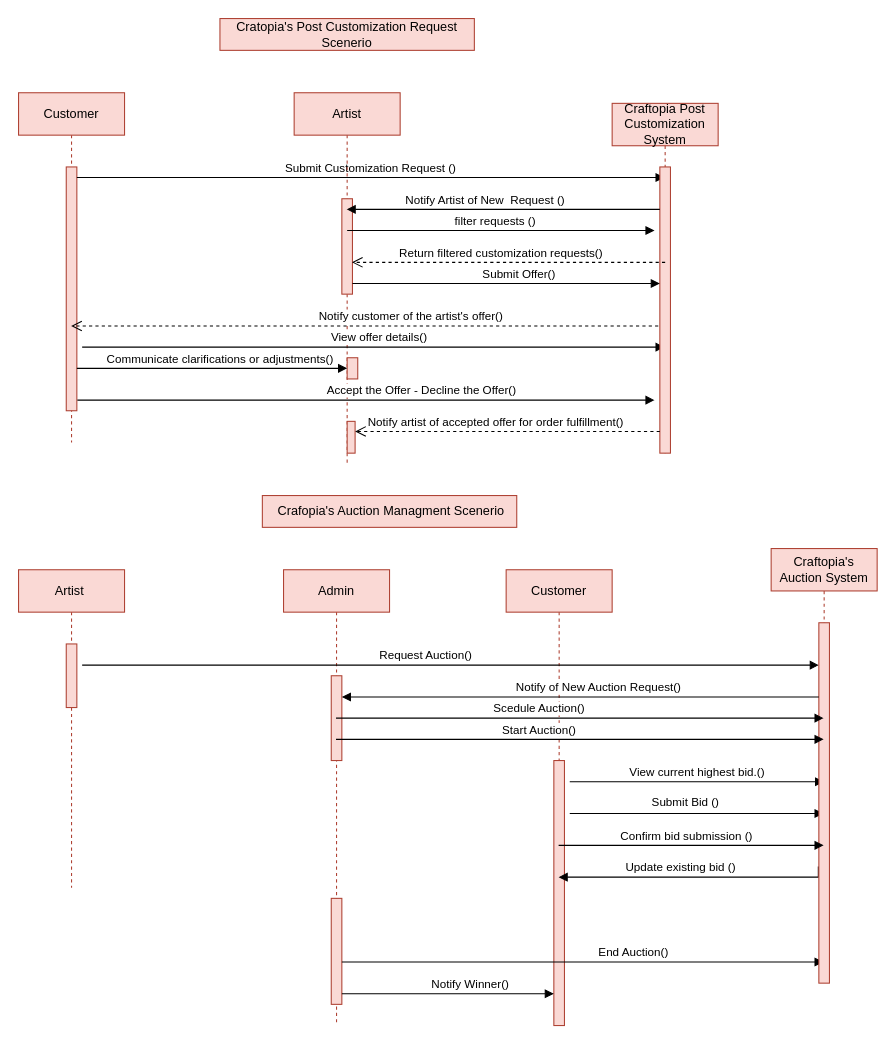
alibedair/Graduation-Project keeps this draw.io diagram as Sequence Diagram/Sequence  Diagram 1.drawio. Above is the earlier version. Source tidied: cells renumbered, new cells numbered last; positions are measured from the earlier drawing's top-left corner, leaving out a move shared by most shapes. Both pictures are drawn from the tidied source at 106%, with x=0, y=0 at pixel (18, 18).
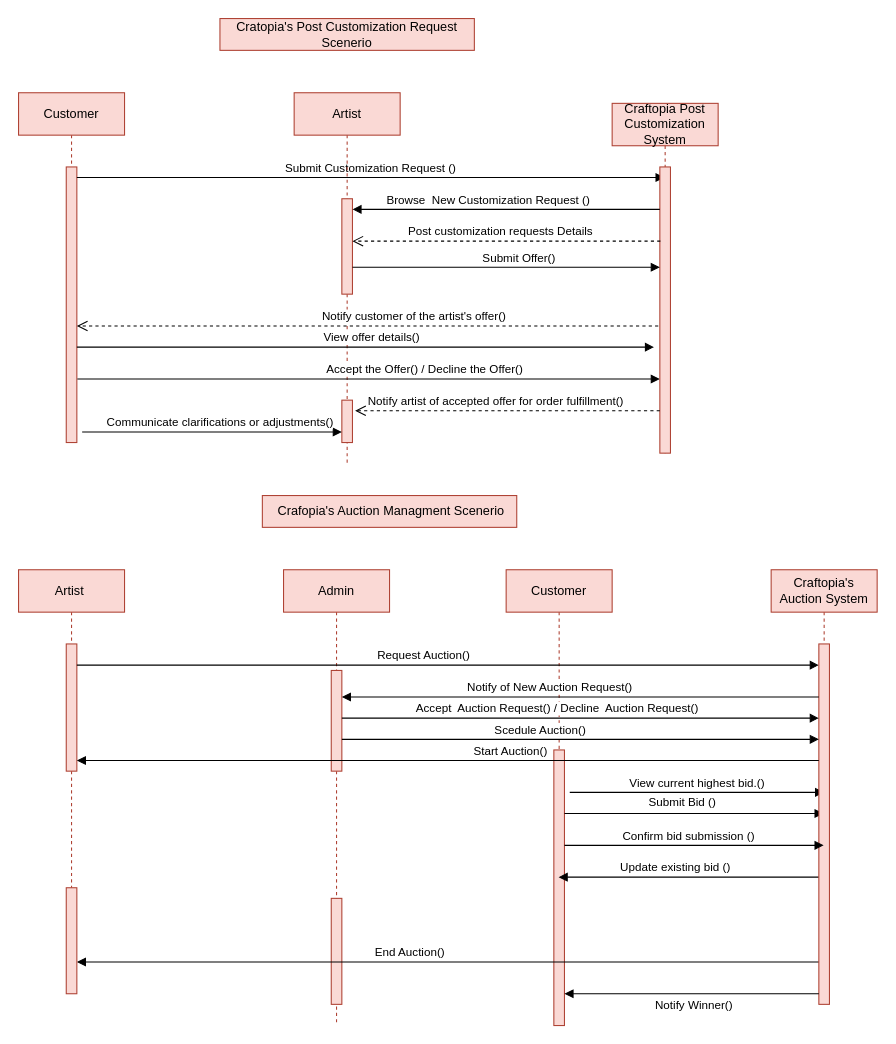
After the change.

Unchanged cells that the change refers to:
```xml
<mxCell id="2" value="Customer" style="shape=umlLifeline;perimeter=lifelinePerimeter;whiteSpace=wrap;html=1;newEdgeStyle={&quot;edgeStyle&quot;:&quot;elbowEdgeStyle&quot;,&quot;elbow&quot;:&quot;vertical&quot;,&quot;curved&quot;:0,&quot;rounded&quot;:0};fillColor=#fad9d5;strokeColor=#ae4132;" parent="1" vertex="1">
  <mxGeometry y="70" width="100" height="330" as="geometry" />
</mxCell>
<mxCell id="6" value="Artist" style="shape=umlLifeline;perimeter=lifelinePerimeter;whiteSpace=wrap;html=1;outlineConnect=0;portConstraint=eastwest;newEdgeStyle={&quot;edgeStyle&quot;:&quot;elbowEdgeStyle&quot;,&quot;elbow&quot;:&quot;vertical&quot;,&quot;curved&quot;:0,&quot;rounded&quot;:0};fillColor=#fad9d5;strokeColor=#ae4132;" parent="1" vertex="1">
  <mxGeometry x="260" y="70" width="100" height="350" as="geometry" />
</mxCell>
<mxCell id="7" style="html=1;points=[];perimeter=orthogonalPerimeter;outlineConnect=0;targetShapes=umlLifeline;portConstraint=eastwest;newEdgeStyle={&quot;edgeStyle&quot;:&quot;elbowEdgeStyle&quot;,&quot;elbow&quot;:&quot;vertical&quot;,&quot;curved&quot;:0,&quot;rounded&quot;:0};fillColor=#fad9d5;strokeColor=#ae4132;" parent="6" vertex="1">
  <mxGeometry x="45" y="100" width="10" height="90" as="geometry" />
</mxCell>
<mxCell id="13" value="Artist&amp;nbsp;" style="shape=umlLifeline;perimeter=lifelinePerimeter;whiteSpace=wrap;html=1;newEdgeStyle={&quot;edgeStyle&quot;:&quot;elbowEdgeStyle&quot;,&quot;elbow&quot;:&quot;vertical&quot;,&quot;curved&quot;:0,&quot;rounded&quot;:0};fillColor=#fad9d5;strokeColor=#ae4132;" parent="1" vertex="1">
  <mxGeometry y="520" width="100" height="300" as="geometry" />
</mxCell>
<mxCell id="16" value="Admin" style="shape=umlLifeline;perimeter=lifelinePerimeter;whiteSpace=wrap;html=1;outlineConnect=0;portConstraint=eastwest;newEdgeStyle={&quot;edgeStyle&quot;:&quot;elbowEdgeStyle&quot;,&quot;elbow&quot;:&quot;vertical&quot;,&quot;curved&quot;:0,&quot;rounded&quot;:0};fillColor=#fad9d5;strokeColor=#ae4132;" parent="1" vertex="1">
  <mxGeometry x="250" y="520" width="100" height="430" as="geometry" />
</mxCell>
<mxCell id="18" value="Customer" style="shape=umlLifeline;perimeter=lifelinePerimeter;whiteSpace=wrap;html=1;outlineConnect=0;portConstraint=eastwest;newEdgeStyle={&quot;edgeStyle&quot;:&quot;elbowEdgeStyle&quot;,&quot;elbow&quot;:&quot;vertical&quot;,&quot;curved&quot;:0,&quot;rounded&quot;:0};fillColor=#fad9d5;strokeColor=#ae4132;" parent="1" vertex="1">
  <mxGeometry x="460" y="520" width="100" height="430" as="geometry" />
</mxCell>
<mxCell id="24" style="html=1;points=[];perimeter=orthogonalPerimeter;outlineConnect=0;targetShapes=umlLifeline;portConstraint=eastwest;newEdgeStyle={&quot;edgeStyle&quot;:&quot;elbowEdgeStyle&quot;,&quot;elbow&quot;:&quot;vertical&quot;,&quot;curved&quot;:0,&quot;rounded&quot;:0};fillColor=#fad9d5;strokeColor=#ae4132;" parent="1" vertex="1">
  <mxGeometry x="295" y="830" width="10" height="100" as="geometry" />
</mxCell>
<mxCell id="26" value="Craftopia Post Customization System" style="shape=umlLifeline;perimeter=lifelinePerimeter;whiteSpace=wrap;html=1;outlineConnect=0;portConstraint=eastwest;newEdgeStyle={&quot;edgeStyle&quot;:&quot;elbowEdgeStyle&quot;,&quot;elbow&quot;:&quot;vertical&quot;,&quot;curved&quot;:0,&quot;rounded&quot;:0};fillColor=#fad9d5;strokeColor=#ae4132;" parent="1" vertex="1">
  <mxGeometry x="560" y="80" width="100" height="330" as="geometry" />
</mxCell>
<mxCell id="27" style="html=1;points=[];perimeter=orthogonalPerimeter;outlineConnect=0;targetShapes=umlLifeline;portConstraint=eastwest;newEdgeStyle={&quot;edgeStyle&quot;:&quot;elbowEdgeStyle&quot;,&quot;elbow&quot;:&quot;vertical&quot;,&quot;curved&quot;:0,&quot;rounded&quot;:0};fillColor=#fad9d5;strokeColor=#ae4132;" parent="26" vertex="1">
  <mxGeometry x="45" y="60" width="10" height="270" as="geometry" />
</mxCell>
<mxCell id="35" style="html=1;points=[];perimeter=orthogonalPerimeter;outlineConnect=0;targetShapes=umlLifeline;portConstraint=eastwest;newEdgeStyle={&quot;edgeStyle&quot;:&quot;elbowEdgeStyle&quot;,&quot;elbow&quot;:&quot;vertical&quot;,&quot;curved&quot;:0,&quot;rounded&quot;:0};fillColor=#fad9d5;strokeColor=#ae4132;" parent="34" vertex="1">
  <mxGeometry x="45" y="70" width="10" height="340" as="geometry" />
</mxCell>
```

Change to the diagram source:
```diff
@@
     <mxCell id="3" style="html=1;points=[];perimeter=orthogonalPerimeter;outlineConnect=0;targetShapes=umlLifeline;portConstraint=eastwest;newEdgeStyle={&quot;edgeStyle&quot;:&quot;elbowEdgeStyle&quot;,&quot;elbow&quot;:&quot;vertical&quot;,&quot;curved&quot;:0,&quot;rounded&quot;:0};fillColor=#fad9d5;strokeColor=#ae4132;" parent="2" vertex="1">
-      <mxGeometry x="45" y="70" width="10" height="230" as="geometry" />
+      <mxGeometry x="45" y="70" width="10" height="260" as="geometry" />
     </mxCell>
@@
-    <mxCell id="8" style="html=1;perimeter=orthogonalPerimeter;targetShapes=umlLifeline;newEdgeStyle={&quot;edgeStyle&quot;:&quot;elbowEdgeStyle&quot;,&quot;elbow&quot;:&quot;vertical&quot;,&quot;curved&quot;:0,&quot;rounded&quot;:0};fillColor=#fad9d5;strokeColor=#ae4132;" parent="6" vertex="1">
-      <mxGeometry x="50" y="250" width="10" height="20" as="geometry" />
-    </mxCell>
+    <mxCell id="32" style="html=1;perimeter=orthogonalPerimeter;targetShapes=umlLifeline;newEdgeStyle={&quot;edgeStyle&quot;:&quot;elbowEdgeStyle&quot;,&quot;elbow&quot;:&quot;vertical&quot;,&quot;curved&quot;:0,&quot;rounded&quot;:0};fillColor=#fad9d5;strokeColor=#ae4132;" parent="6" vertex="1">
+      <mxGeometry x="45" y="290" width="10" height="40" as="geometry" />
+    </mxCell>
-    <mxCell id="9" value="Notify customer of the artist's offer()" style="html=1;verticalAlign=bottom;endArrow=open;dashed=1;endSize=8;edgeStyle=elbowEdgeStyle;elbow=horizontal;curved=0;rounded=0;" parent="1" edge="1" source="26">
+    <mxCell id="9" value="Notify customer of the artist's offer()" style="html=1;verticalAlign=bottom;endArrow=open;dashed=1;endSize=8;edgeStyle=elbowEdgeStyle;elbow=horizontal;curved=0;rounded=0;" parent="1" edge="1" source="26" target="3">
       <mxGeometry x="-0.14" relative="1" as="geometry">
-        <mxPoint x="49.6" y="290" as="targetPoint" />
         <Array as="points">
           <mxPoint x="160" y="290" />
         </Array>
         <mxPoint x="1" as="offset" />
       </mxGeometry>
     </mxCell>
-    <mxCell id="10" value="View offer details()" style="html=1;verticalAlign=bottom;endArrow=block;edgeStyle=elbowEdgeStyle;elbow=vertical;curved=0;rounded=0;" parent="1" edge="1" target="26">
+    <mxCell id="10" value="View offer details()" style="html=1;verticalAlign=bottom;endArrow=block;edgeStyle=elbowEdgeStyle;elbow=vertical;curved=0;rounded=0;" parent="1" edge="1" source="3">
       <mxGeometry x="0.02" relative="1" as="geometry">
-        <mxPoint x="60" y="310" as="sourcePoint" />
+        <mxPoint x="599.5" y="310" as="targetPoint" />
         <Array as="points">
-          <mxPoint x="150" y="310" />
+          <mxPoint x="140" y="310" />
         </Array>
       </mxGeometry>
     </mxCell>
     <mxCell id="11" value="Communicate clarifications or adjustments()" style="html=1;verticalAlign=bottom;endArrow=block;edgeStyle=elbowEdgeStyle;elbow=vertical;curved=0;rounded=0;" parent="1" edge="1">
       <mxGeometry x="0.06" relative="1" as="geometry">
-        <mxPoint x="55" y="330" as="sourcePoint" />
-        <mxPoint x="310" y="330" as="targetPoint" />
+        <mxPoint x="60" y="390" as="sourcePoint" />
+        <mxPoint x="305" y="390" as="targetPoint" />
         <Array as="points">
-          <mxPoint x="155" y="330" />
+          <mxPoint x="150" y="390" />
         </Array>
       </mxGeometry>
     </mxCell>
-    <mxCell id="12" value="Accept the Offer - Decline the Offer()" style="html=1;verticalAlign=bottom;endArrow=block;edgeStyle=elbowEdgeStyle;elbow=vertical;curved=0;rounded=0;" parent="1" edge="1">
+    <mxCell id="12" value="Accept the Offer() / Decline the Offer()" style="html=1;verticalAlign=bottom;endArrow=block;edgeStyle=elbowEdgeStyle;elbow=vertical;curved=0;rounded=0;" parent="1" edge="1">
       <mxGeometry x="0.19" relative="1" as="geometry">
-        <mxPoint x="55.5" y="360" as="sourcePoint" />
-        <mxPoint x="600" y="360" as="targetPoint" />
+        <mxPoint x="55.5" y="340" as="sourcePoint" />
+        <mxPoint x="605" y="340" as="targetPoint" />
         <Array as="points">
-          <mxPoint x="155.5" y="360" />
+          <mxPoint x="155.5" y="340" />
         </Array>
       </mxGeometry>
     </mxCell>
@@
     <mxCell id="14" style="html=1;points=[];perimeter=orthogonalPerimeter;outlineConnect=0;targetShapes=umlLifeline;portConstraint=eastwest;newEdgeStyle={&quot;edgeStyle&quot;:&quot;elbowEdgeStyle&quot;,&quot;elbow&quot;:&quot;vertical&quot;,&quot;curved&quot;:0,&quot;rounded&quot;:0};fillColor=#fad9d5;strokeColor=#ae4132;" parent="13" vertex="1">
-      <mxGeometry x="45" y="70" width="10" height="60" as="geometry" />
+      <mxGeometry x="45" y="70" width="10" height="120" as="geometry" />
     </mxCell>
@@
     <mxCell id="17" style="html=1;points=[];perimeter=orthogonalPerimeter;outlineConnect=0;targetShapes=umlLifeline;portConstraint=eastwest;newEdgeStyle={&quot;edgeStyle&quot;:&quot;elbowEdgeStyle&quot;,&quot;elbow&quot;:&quot;vertical&quot;,&quot;curved&quot;:0,&quot;rounded&quot;:0};fillColor=#fad9d5;strokeColor=#ae4132;" parent="16" vertex="1">
-      <mxGeometry x="45" y="100" width="10" height="80" as="geometry" />
+      <mxGeometry x="45" y="95" width="10" height="95" as="geometry" />
     </mxCell>
@@
     <mxCell id="19" style="html=1;points=[];perimeter=orthogonalPerimeter;outlineConnect=0;targetShapes=umlLifeline;portConstraint=eastwest;newEdgeStyle={&quot;edgeStyle&quot;:&quot;elbowEdgeStyle&quot;,&quot;elbow&quot;:&quot;vertical&quot;,&quot;curved&quot;:0,&quot;rounded&quot;:0};fillColor=#fad9d5;strokeColor=#ae4132;" parent="18" vertex="1">
-      <mxGeometry x="45" y="180" width="10" height="250" as="geometry" />
+      <mxGeometry x="45" y="170" width="10" height="260" as="geometry" />
     </mxCell>
-    <mxCell id="20" value="Request Auction()" style="html=1;verticalAlign=bottom;endArrow=block;edgeStyle=elbowEdgeStyle;elbow=vertical;curved=0;rounded=0;" parent="1" edge="1" target="35">
+    <mxCell id="20" value="Request Auction()" style="html=1;verticalAlign=bottom;endArrow=block;edgeStyle=elbowEdgeStyle;elbow=vertical;curved=0;rounded=0;" parent="1" edge="1" source="14" target="35">
       <mxGeometry x="-0.07" relative="1" as="geometry">
-        <mxPoint x="60" y="610" as="sourcePoint" />
         <Array as="points">
           <mxPoint x="160" y="610" />
           <mxPoint x="250" y="620" />
         </Array>
         <mxPoint x="1" as="offset" />
       </mxGeometry>
     </mxCell>
     <mxCell id="21" value="View current highest bid.()" style="html=1;verticalAlign=bottom;endArrow=block;edgeStyle=elbowEdgeStyle;elbow=vertical;curved=0;rounded=0;" parent="1" edge="1">
       <mxGeometry relative="1" as="geometry">
-        <mxPoint x="520" y="720" as="sourcePoint" />
-        <mxPoint x="760" y="720" as="targetPoint" />
+        <mxPoint x="520" y="730" as="sourcePoint" />
+        <mxPoint x="760" y="730" as="targetPoint" />
         <Array as="points">
-          <mxPoint x="660.5" y="720" />
-          <mxPoint x="656" y="730" />
+          <mxPoint x="660.5" y="730" />
+          <mxPoint x="656" y="740" />
         </Array>
       </mxGeometry>
     </mxCell>
-    <mxCell id="22" value="Submit Bid ()" style="html=1;verticalAlign=bottom;endArrow=block;edgeStyle=elbowEdgeStyle;elbow=vertical;curved=0;rounded=0;" parent="1" edge="1">
+    <mxCell id="22" value="Submit Bid ()" style="html=1;verticalAlign=bottom;endArrow=block;edgeStyle=elbowEdgeStyle;elbow=vertical;curved=0;rounded=0;" parent="1" edge="1" source="19">
       <mxGeometry x="-0.1" y="3" relative="1" as="geometry">
-        <mxPoint x="520" y="750" as="sourcePoint" />
         <mxPoint x="759.5" y="750" as="targetPoint" />
-        <Array as="points">
-          <mxPoint x="615" y="750" />
-        </Array>
         <mxPoint x="1" y="1" as="offset" />
       </mxGeometry>
     </mxCell>
-    <mxCell id="23" value="Update existing bid ()&amp;nbsp;" style="html=1;verticalAlign=bottom;endArrow=block;edgeStyle=elbowEdgeStyle;elbow=vertical;curved=0;rounded=0;" parent="1" edge="1" target="18">
+    <mxCell id="23" value="Update existing bid ()&amp;nbsp;" style="html=1;verticalAlign=bottom;endArrow=block;edgeStyle=elbowEdgeStyle;elbow=vertical;curved=0;rounded=0;" parent="1" edge="1" source="35" target="18">
       <mxGeometry x="0.1" relative="1" as="geometry">
-        <mxPoint x="754.5" y="800" as="sourcePoint" />
         <Array as="points">
           <mxPoint x="680" y="810" />
           <mxPoint x="690" y="800" />
         </Array>
         <mxPoint x="1" as="offset" />
       </mxGeometry>
     </mxCell>
@@
-    <mxCell id="25" value="End Auction()" style="html=1;verticalAlign=bottom;endArrow=block;edgeStyle=elbowEdgeStyle;elbow=vertical;curved=0;rounded=0;" parent="1" edge="1" source="24" target="34">
-      <mxGeometry x="0.21" relative="1" as="geometry">
+    <mxCell id="25" value="End Auction()" style="html=1;verticalAlign=bottom;endArrow=block;edgeStyle=elbowEdgeStyle;elbow=vertical;curved=0;rounded=0;" parent="1" edge="1" source="34" target="42">
+      <mxGeometry x="0.11" relative="1" as="geometry">
         <Array as="points">
           <mxPoint x="450" y="890" />
         </Array>
       </mxGeometry>
     </mxCell>
@@
-    <mxCell id="28" value="Notify Artist of New&amp;nbsp; Request ()" style="html=1;verticalAlign=bottom;endArrow=block;edgeStyle=elbowEdgeStyle;elbow=vertical;curved=0;rounded=0;" parent="1" edge="1" source="27" target="6">
+    <mxCell id="28" value="Browse&amp;nbsp; New Customization Request ()" style="html=1;verticalAlign=bottom;endArrow=block;edgeStyle=elbowEdgeStyle;elbow=vertical;curved=0;rounded=0;" parent="1" edge="1" source="27" target="7">
       <mxGeometry x="0.12" relative="1" as="geometry">
         <Array as="points">
           <mxPoint x="590" y="180" />
         </Array>
       </mxGeometry>
     </mxCell>
-    <mxCell id="29" value="&amp;nbsp;filter requests ()" style="html=1;verticalAlign=bottom;endArrow=block;edgeStyle=elbowEdgeStyle;elbow=vertical;curved=0;rounded=0;" parent="1" edge="1">
-      <mxGeometry x="-0.05" relative="1" as="geometry">
-        <mxPoint x="310" y="200" as="sourcePoint" />
-        <mxPoint x="600" y="200" as="targetPoint" />
-        <Array as="points">
-          <mxPoint x="595" y="200" />
-        </Array>
-      </mxGeometry>
-    </mxCell>
-    <mxCell id="30" value="Return filtered customization requests()" style="html=1;verticalAlign=bottom;endArrow=open;dashed=1;endSize=8;edgeStyle=elbowEdgeStyle;elbow=horizontal;curved=0;rounded=0;" parent="1" edge="1">
+    <mxCell id="30" value="&amp;nbsp;Post customization requests Details" style="html=1;verticalAlign=bottom;endArrow=open;dashed=1;endSize=8;edgeStyle=elbowEdgeStyle;elbow=horizontal;curved=0;rounded=0;" parent="1" edge="1" target="7">
       <mxGeometry x="0.05" relative="1" as="geometry">
-        <mxPoint x="610" y="230" as="sourcePoint" />
-        <mxPoint x="314.5" y="230" as="targetPoint" />
+        <mxPoint x="605.5" y="210" as="sourcePoint" />
         <Array as="points">
-          <mxPoint x="605" y="230" />
+          <mxPoint x="600.5" y="210" />
         </Array>
       </mxGeometry>
     </mxCell>
     <mxCell id="31" value="Submit Offer()" style="html=1;verticalAlign=bottom;endArrow=block;edgeStyle=elbowEdgeStyle;elbow=vertical;curved=0;rounded=0;" parent="1" edge="1">
       <mxGeometry x="0.08" relative="1" as="geometry">
-        <mxPoint x="315" y="250" as="sourcePoint" />
-        <mxPoint x="605" y="250" as="targetPoint" />
+        <mxPoint x="315" y="234.6" as="sourcePoint" />
+        <mxPoint x="605" y="234.6" as="targetPoint" />
         <Array as="points">
-          <mxPoint x="454.8" y="250" />
+          <mxPoint x="449.8" y="234.6" />
         </Array>
       </mxGeometry>
     </mxCell>
-    <mxCell id="32" style="html=1;perimeter=orthogonalPerimeter;targetShapes=umlLifeline;newEdgeStyle={&quot;edgeStyle&quot;:&quot;elbowEdgeStyle&quot;,&quot;elbow&quot;:&quot;vertical&quot;,&quot;curved&quot;:0,&quot;rounded&quot;:0};fillColor=#fad9d5;strokeColor=#ae4132;" parent="1" vertex="1">
-      <mxGeometry x="310" y="380" width="7.5" height="30" as="geometry" />
-    </mxCell>
     <mxCell id="33" value="Notify artist of accepted offer for order fulfillment()" style="html=1;verticalAlign=bottom;endArrow=open;dashed=1;endSize=8;edgeStyle=elbowEdgeStyle;elbow=horizontal;curved=0;rounded=0;" parent="1" edge="1">
       <mxGeometry x="0.08" relative="1" as="geometry">
-        <mxPoint x="605" y="389.5" as="sourcePoint" />
-        <mxPoint x="317.5" y="389.5" as="targetPoint" />
+        <mxPoint x="605" y="370" as="sourcePoint" />
+        <mxPoint x="317.5" y="370" as="targetPoint" />
         <Array as="points">
-          <mxPoint x="600" y="389.5" />
+          <mxPoint x="600" y="370" />
         </Array>
       </mxGeometry>
     </mxCell>
     <mxCell id="34" value="Craftopia's Auction System" style="shape=umlLifeline;perimeter=lifelinePerimeter;whiteSpace=wrap;html=1;outlineConnect=0;portConstraint=eastwest;newEdgeStyle={&quot;edgeStyle&quot;:&quot;elbowEdgeStyle&quot;,&quot;elbow&quot;:&quot;vertical&quot;,&quot;curved&quot;:0,&quot;rounded&quot;:0};fillColor=#fad9d5;strokeColor=#ae4132;" parent="1" vertex="1">
-      <mxGeometry x="710" y="500" width="100" height="410" as="geometry" />
+      <mxGeometry x="710" y="520" width="100" height="410" as="geometry" />
     </mxCell>
@@
     <mxCell id="36" value="Notify of New Auction Request()" style="html=1;verticalAlign=bottom;endArrow=block;edgeStyle=elbowEdgeStyle;elbow=vertical;curved=0;rounded=0;" parent="1" edge="1" source="35" target="17">
-      <mxGeometry x="-0.07" relative="1" as="geometry">
+      <mxGeometry x="0.13" relative="1" as="geometry">
         <Array as="points">
           <mxPoint x="665" y="640" />
           <mxPoint x="575" y="630" />
         </Array>
-        <mxPoint x="1" as="offset" />
       </mxGeometry>
     </mxCell>
-    <mxCell id="37" value="Scedule Auction()" style="html=1;verticalAlign=bottom;endArrow=block;edgeStyle=elbowEdgeStyle;elbow=vertical;curved=0;rounded=0;" parent="1" edge="1" source="16">
+    <mxCell id="37" value="Scedule Auction()" style="html=1;verticalAlign=bottom;endArrow=block;edgeStyle=elbowEdgeStyle;elbow=vertical;curved=0;rounded=0;" parent="1" edge="1" target="35">
       <mxGeometry x="-0.17" relative="1" as="geometry">
-        <mxPoint x="759.5" y="660" as="targetPoint" />
+        <mxPoint x="305" y="680" as="sourcePoint" />
         <Array as="points">
-          <mxPoint x="530" y="660" />
-          <mxPoint x="620" y="670" />
+          <mxPoint x="760" y="680" />
+          <mxPoint x="625.3" y="690" />
         </Array>
       </mxGeometry>
     </mxCell>
+    <mxCell id="39" value="Confirm bid submission ()" style="html=1;verticalAlign=bottom;endArrow=block;edgeStyle=elbowEdgeStyle;elbow=vertical;curved=0;rounded=0;" parent="1" edge="1" source="19">
+      <mxGeometry x="-0.04" relative="1" as="geometry">
+        <mxPoint x="759.5" y="780" as="targetPoint" />
+        <Array as="points">
+          <mxPoint x="680" y="780" />
+          <mxPoint x="690" y="770" />
+        </Array>
+      </mxGeometry>
+    </mxCell>
+    <mxCell id="41" value="Accept&amp;nbsp; Auction Request() / Decline&amp;nbsp; Auction Request()" style="html=1;verticalAlign=bottom;endArrow=block;edgeStyle=elbowEdgeStyle;elbow=vertical;curved=0;rounded=0;" parent="1" edge="1" source="17" target="35">
+      <mxGeometry x="-0.1" relative="1" as="geometry">
+        <Array as="points">
+          <mxPoint x="310" y="660" />
+        </Array>
+      </mxGeometry>
+    </mxCell>
-    <mxCell id="38" value="Start Auction()" style="html=1;verticalAlign=bottom;endArrow=block;edgeStyle=elbowEdgeStyle;elbow=vertical;curved=0;rounded=0;" parent="1" edge="1" source="16">
+    <mxCell id="38" value="Start Auction()" style="html=1;verticalAlign=bottom;endArrow=block;edgeStyle=elbowEdgeStyle;elbow=vertical;curved=0;rounded=0;" parent="1" edge="1" source="35" target="14">
       <mxGeometry x="-0.17" relative="1" as="geometry">
-        <mxPoint x="759.5" y="680" as="targetPoint" />
         <Array as="points">
-          <mxPoint x="530" y="680" />
-          <mxPoint x="620" y="690" />
+          <mxPoint x="625.3" y="700" />
+          <mxPoint x="540" y="700" />
         </Array>
       </mxGeometry>
     </mxCell>
-    <mxCell id="39" value="Confirm bid submission ()" style="html=1;verticalAlign=bottom;endArrow=block;edgeStyle=elbowEdgeStyle;elbow=vertical;curved=0;rounded=0;" parent="1" edge="1">
-      <mxGeometry x="-0.04" relative="1" as="geometry">
-        <mxPoint x="509.5" y="780" as="sourcePoint" />
-        <mxPoint x="759.5" y="780" as="targetPoint" />
-        <Array as="points">
-          <mxPoint x="680" y="780" />
-          <mxPoint x="690" y="770" />
-        </Array>
-      </mxGeometry>
-    </mxCell>
+    <mxCell id="42" style="html=1;points=[];perimeter=orthogonalPerimeter;outlineConnect=0;targetShapes=umlLifeline;portConstraint=eastwest;newEdgeStyle={&quot;edgeStyle&quot;:&quot;elbowEdgeStyle&quot;,&quot;elbow&quot;:&quot;vertical&quot;,&quot;curved&quot;:0,&quot;rounded&quot;:0};fillColor=#fad9d5;strokeColor=#ae4132;" parent="1" vertex="1">
+      <mxGeometry x="45" y="820" width="10" height="100" as="geometry" />
+    </mxCell>
-    <mxCell id="40" value="Notify Winner()" style="html=1;verticalAlign=bottom;endArrow=block;edgeStyle=elbowEdgeStyle;elbow=vertical;curved=0;rounded=0;" parent="1" edge="1" target="19">
-      <mxGeometry x="0.21" relative="1" as="geometry">
-        <mxPoint x="305" y="920" as="sourcePoint" />
+    <mxCell id="40" value="Notify Winner()" style="html=1;verticalAlign=bottom;endArrow=block;edgeStyle=elbowEdgeStyle;elbow=vertical;curved=0;rounded=0;" parent="1" edge="1" source="35" target="19">
+      <mxGeometry x="-0.02" y="20" relative="1" as="geometry">
         <Array as="points">
-          <mxPoint x="450" y="920" />
+          <mxPoint x="650" y="920" />
         </Array>
       </mxGeometry>
     </mxCell>
```
